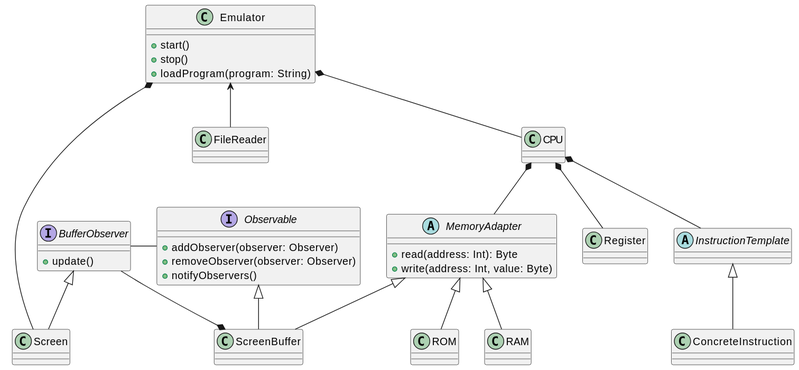
The PlantUML diagram emulator.svg in quality-liquid/cs5700-assn4-computer-emulator, before a commit. Its diagram source:
```plantuml
@startuml
class Emulator {
  +start()
  +stop()
  +loadProgram(program: String)
}

class FileReader {}

abstract class MemoryAdapter {
  +read(address: Int): Byte
  +write(address: Int, value: Byte)
}

class RAM {}
class ROM {}

class CPU {}
class Register {}

abstract class InstructionTemplate {}
class ConcreteInstruction

interface Observable {
  +addObserver(observer: Observer)
  +removeObserver(observer: Observer)
  +notifyObservers()
}

interface BufferObserver {
  +update()
}

class Screen {}
class ScreenBuffer {}

Observable <|-- ScreenBuffer
ScreenBuffer *-- BufferObserver
BufferObserver <|-- Screen
Emulator *-- Screen
Observable -l- BufferObserver

Emulator <-- FileReader
Emulator *-- CPU
CPU *-- Register
CPU *-- MemoryAdapter
CPU *-- InstructionTemplate

InstructionTemplate <|-- ConcreteInstruction

MemoryAdapter <|-- RAM
MemoryAdapter <|-- ROM
MemoryAdapter <|-- ScreenBuffer
@enduml
```
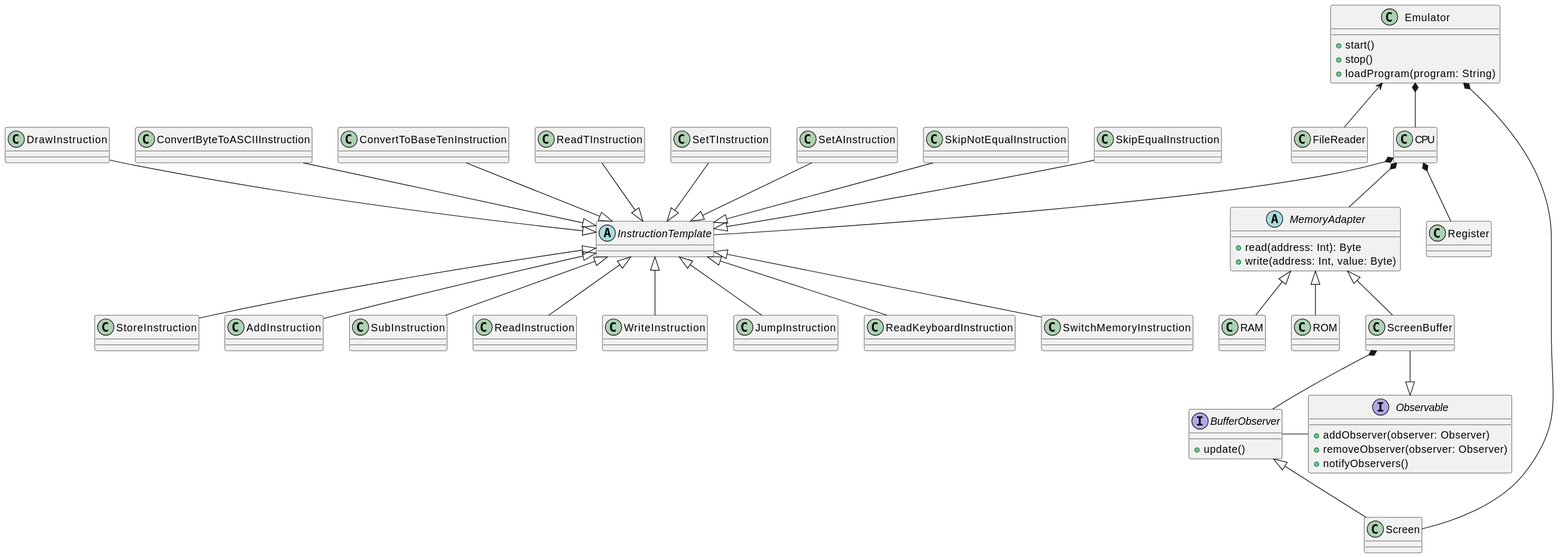
After the change.

The edit, as a diff of the source:
```diff
@@ -19,7 +19,22 @@
 class Register {}
 
 abstract class InstructionTemplate {}
-class ConcreteInstruction
+class StoreInstruction
+class AddInstruction
+class SubInstruction
+class ReadInstruction
+class WriteInstruction
+class JumpInstruction
+class ReadKeyboardInstruction
+class SwitchMemoryInstruction
+class SkipEqualInstruction
+class SkipNotEqualInstruction
+class SetAInstruction
+class SetTInstruction
+class ReadTInstruction
+class ConvertToBaseTenInstruction
+class ConvertByteToASCIIInstruction
+class DrawInstruction
 
 interface Observable {
   +addObserver(observer: Observer)
@@ -46,7 +61,22 @@
 CPU *-- MemoryAdapter
 CPU *-- InstructionTemplate
 
-InstructionTemplate <|-- ConcreteInstruction
+InstructionTemplate <|-- StoreInstruction
+InstructionTemplate <|-- AddInstruction
+InstructionTemplate <|-- SubInstruction
+InstructionTemplate <|-- ReadInstruction
+InstructionTemplate <|-- WriteInstruction
+InstructionTemplate <|-- JumpInstruction
+InstructionTemplate <|-- ReadKeyboardInstruction
+InstructionTemplate <|-- SwitchMemoryInstruction
+InstructionTemplate <|-u- SkipEqualInstruction
+InstructionTemplate <|-u- SkipNotEqualInstruction
+InstructionTemplate <|-u- SetAInstruction
+InstructionTemplate <|-u- SetTInstruction
+InstructionTemplate <|-u- ReadTInstruction
+InstructionTemplate <|-u- ConvertToBaseTenInstruction
+InstructionTemplate <|-u- ConvertByteToASCIIInstruction
+InstructionTemplate <|-u- DrawInstruction
 
 MemoryAdapter <|-- RAM
 MemoryAdapter <|-- ROM
```
